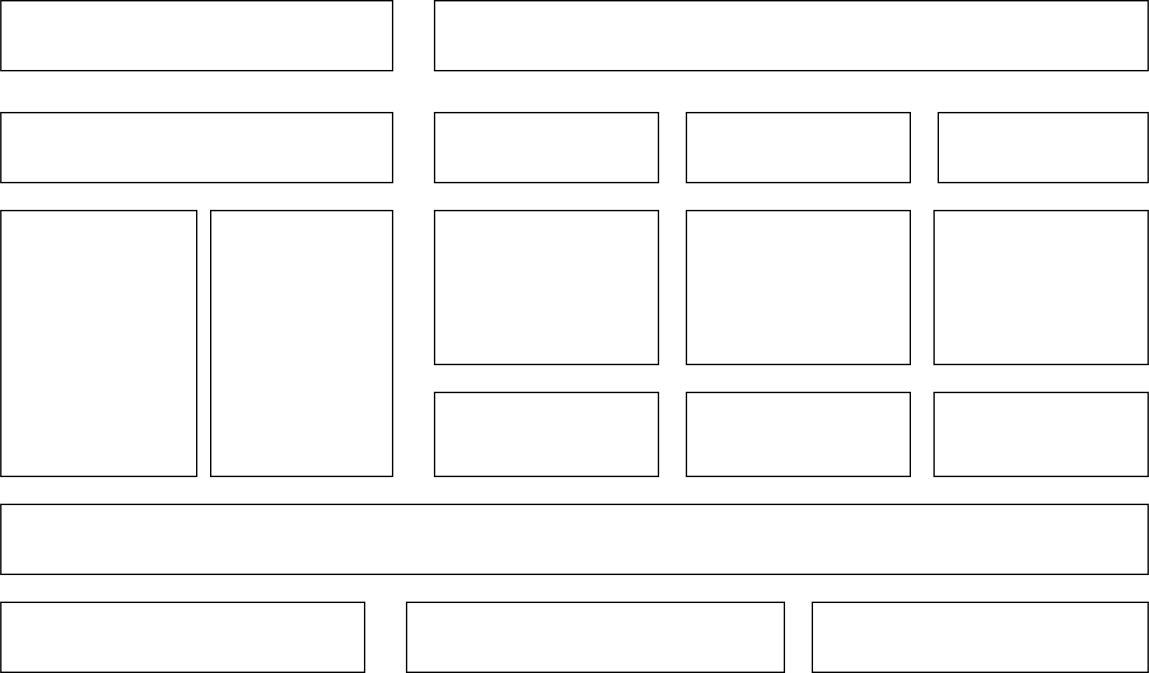
Above: 流程1.svg in RyunMi/Math-model-code (draw.io), before the change. Source tidied: cells renumbered, new cells last; positions are measured from the earlier drawing's top-left corner, leaving out a move shared by most shapes.
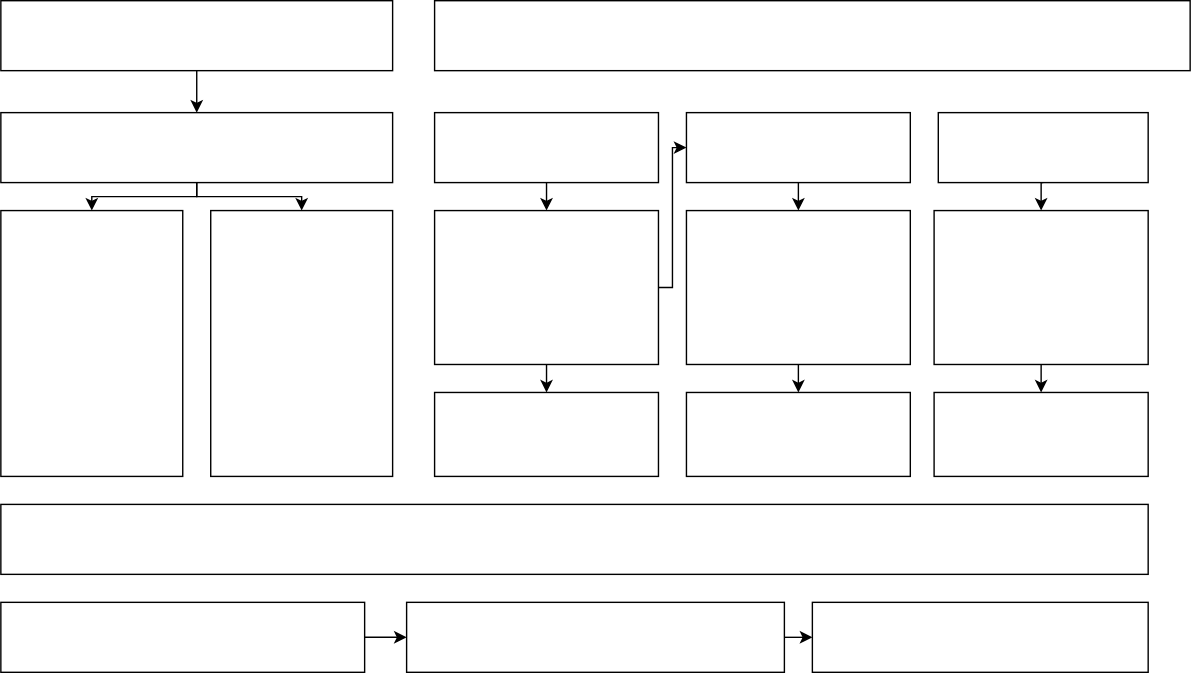
After the commit.

Change to the diagram source:
```diff
@@ -2,51 +2,102 @@
   <root>
     <mxCell id="0" />
     <mxCell id="1" parent="0" />
+    <mxCell id="20" style="edgeStyle=orthogonalEdgeStyle;rounded=0;jettySize=auto;html=1;exitX=0.5;exitY=1;exitDx=0;exitDy=0;entryX=0.5;entryY=0;entryDx=0;entryDy=0;" parent="1" edge="1" source="2" target="3">
+      <mxGeometry relative="1" as="geometry" />
+    </mxCell>
     <mxCell id="2" style="rounded=0;whiteSpace=wrap;html=1;" parent="1" vertex="1">
       <mxGeometry width="280" height="50" as="geometry" />
     </mxCell>
+    <mxCell id="21" style="edgeStyle=orthogonalEdgeStyle;rounded=0;jettySize=auto;html=1;exitX=0.5;exitY=1;exitDx=0;exitDy=0;entryX=0.5;entryY=0;entryDx=0;entryDy=0;" parent="1" edge="1" source="3" target="5">
+      <mxGeometry relative="1" as="geometry">
+        <Array as="points">
+          <mxPoint x="140" y="140" />
+          <mxPoint x="65" y="140" />
+        </Array>
+      </mxGeometry>
+    </mxCell>
+    <mxCell id="22" style="edgeStyle=orthogonalEdgeStyle;rounded=0;jettySize=auto;html=1;exitX=0.5;exitY=1;exitDx=0;exitDy=0;entryX=0.5;entryY=0;entryDx=0;entryDy=0;" parent="1" edge="1" source="3" target="6">
+      <mxGeometry relative="1" as="geometry">
+        <Array as="points">
+          <mxPoint x="140" y="140" />
+          <mxPoint x="215" y="140" />
+        </Array>
+      </mxGeometry>
+    </mxCell>
     <mxCell id="3" style="rounded=0;whiteSpace=wrap;html=1;" parent="1" vertex="1">
       <mxGeometry y="80" width="280" height="50" as="geometry" />
     </mxCell>
     <mxCell id="4" style="rounded=0;whiteSpace=wrap;html=1;" parent="1" vertex="1">
-      <mxGeometry x="310" width="510" height="50" as="geometry" />
+      <mxGeometry x="310" width="540" height="50" as="geometry" />
     </mxCell>
     <mxCell id="5" style="rounded=0;whiteSpace=wrap;html=1;" parent="1" vertex="1">
-      <mxGeometry y="150" width="140" height="190" as="geometry" />
+      <mxGeometry y="150" width="130" height="190" as="geometry" />
     </mxCell>
     <mxCell id="6" style="rounded=0;whiteSpace=wrap;html=1;" parent="1" vertex="1">
       <mxGeometry x="150" y="150" width="130" height="190" as="geometry" />
     </mxCell>
+    <mxCell id="23" style="edgeStyle=orthogonalEdgeStyle;rounded=0;jettySize=auto;html=1;exitX=0.5;exitY=1;exitDx=0;exitDy=0;entryX=0.5;entryY=0;entryDx=0;entryDy=0;" parent="1" edge="1" source="7" target="11">
+      <mxGeometry relative="1" as="geometry" />
+    </mxCell>
     <mxCell id="7" style="rounded=0;whiteSpace=wrap;html=1;" parent="1" vertex="1">
       <mxGeometry x="310" y="80" width="160" height="50" as="geometry" />
     </mxCell>
+    <mxCell id="24" style="edgeStyle=orthogonalEdgeStyle;rounded=0;jettySize=auto;html=1;exitX=0.5;exitY=1;exitDx=0;exitDy=0;entryX=0.5;entryY=0;entryDx=0;entryDy=0;" parent="1" edge="1" source="8" target="13">
+      <mxGeometry relative="1" as="geometry" />
+    </mxCell>
     <mxCell id="8" style="rounded=0;whiteSpace=wrap;html=1;" parent="1" vertex="1">
       <mxGeometry x="490" y="80" width="160" height="50" as="geometry" />
     </mxCell>
+    <mxCell id="25" style="edgeStyle=orthogonalEdgeStyle;rounded=0;jettySize=auto;html=1;exitX=0.5;exitY=1;exitDx=0;exitDy=0;entryX=0.5;entryY=0;entryDx=0;entryDy=0;" parent="1" edge="1" source="9" target="15">
+      <mxGeometry relative="1" as="geometry" />
+    </mxCell>
     <mxCell id="9" style="rounded=0;whiteSpace=wrap;html=1;" parent="1" vertex="1">
       <mxGeometry x="670" y="80" width="150" height="50" as="geometry" />
     </mxCell>
     <mxCell id="10" style="rounded=0;whiteSpace=wrap;html=1;" parent="1" vertex="1">
       <mxGeometry y="360" width="820" height="50" as="geometry" />
     </mxCell>
+    <mxCell id="26" style="edgeStyle=orthogonalEdgeStyle;rounded=0;jettySize=auto;html=1;exitX=0.5;exitY=1;exitDx=0;exitDy=0;entryX=0.5;entryY=0;entryDx=0;entryDy=0;" parent="1" edge="1" source="11" target="12">
+      <mxGeometry relative="1" as="geometry" />
+    </mxCell>
+    <mxCell id="27" style="edgeStyle=orthogonalEdgeStyle;rounded=0;jettySize=auto;html=1;exitX=1;exitY=0.5;exitDx=0;exitDy=0;entryX=0;entryY=0.5;entryDx=0;entryDy=0;" parent="1" edge="1" source="11" target="8">
+      <mxGeometry relative="1" as="geometry">
+        <Array as="points">
+          <mxPoint x="480" y="205" />
+          <mxPoint x="480" y="105" />
+        </Array>
+      </mxGeometry>
+    </mxCell>
     <mxCell id="11" style="rounded=0;whiteSpace=wrap;html=1;" parent="1" vertex="1">
       <mxGeometry x="310" y="150" width="160" height="110" as="geometry" />
     </mxCell>
     <mxCell id="12" style="rounded=0;whiteSpace=wrap;html=1;" parent="1" vertex="1">
       <mxGeometry x="310" y="280" width="160" height="60" as="geometry" />
     </mxCell>
+    <mxCell id="28" style="edgeStyle=orthogonalEdgeStyle;rounded=0;jettySize=auto;html=1;exitX=0.5;exitY=1;exitDx=0;exitDy=0;entryX=0.5;entryY=0;entryDx=0;entryDy=0;" parent="1" edge="1" source="13" target="14">
+      <mxGeometry relative="1" as="geometry" />
+    </mxCell>
     <mxCell id="13" style="rounded=0;whiteSpace=wrap;html=1;" parent="1" vertex="1">
       <mxGeometry x="490" y="150" width="160" height="110" as="geometry" />
     </mxCell>
     <mxCell id="14" style="rounded=0;whiteSpace=wrap;html=1;" parent="1" vertex="1">
       <mxGeometry x="490" y="280" width="160" height="60" as="geometry" />
     </mxCell>
+    <mxCell id="29" style="edgeStyle=orthogonalEdgeStyle;rounded=0;jettySize=auto;html=1;exitX=0.5;exitY=1;exitDx=0;exitDy=0;entryX=0.5;entryY=0;entryDx=0;entryDy=0;" parent="1" edge="1" source="15" target="19">
+      <mxGeometry relative="1" as="geometry" />
+    </mxCell>
     <mxCell id="15" style="rounded=0;whiteSpace=wrap;html=1;" parent="1" vertex="1">
       <mxGeometry x="667" y="150" width="153" height="110" as="geometry" />
     </mxCell>
+    <mxCell id="30" style="edgeStyle=orthogonalEdgeStyle;rounded=0;jettySize=auto;html=1;exitX=1;exitY=0.5;exitDx=0;exitDy=0;entryX=0;entryY=0.5;entryDx=0;entryDy=0;" parent="1" edge="1" source="16" target="17">
+      <mxGeometry relative="1" as="geometry" />
+    </mxCell>
     <mxCell id="16" style="rounded=0;whiteSpace=wrap;html=1;" parent="1" vertex="1">
       <mxGeometry y="430" width="260" height="50" as="geometry" />
     </mxCell>
+    <mxCell id="31" style="edgeStyle=orthogonalEdgeStyle;rounded=0;jettySize=auto;html=1;exitX=1;exitY=0.5;exitDx=0;exitDy=0;entryX=0;entryY=0.5;entryDx=0;entryDy=0;" parent="1" edge="1" source="17" target="18">
+      <mxGeometry relative="1" as="geometry" />
+    </mxCell>
     <mxCell id="17" style="rounded=0;whiteSpace=wrap;html=1;" parent="1" vertex="1">
       <mxGeometry x="290" y="430" width="270" height="50" as="geometry" />
     </mxCell>
```
